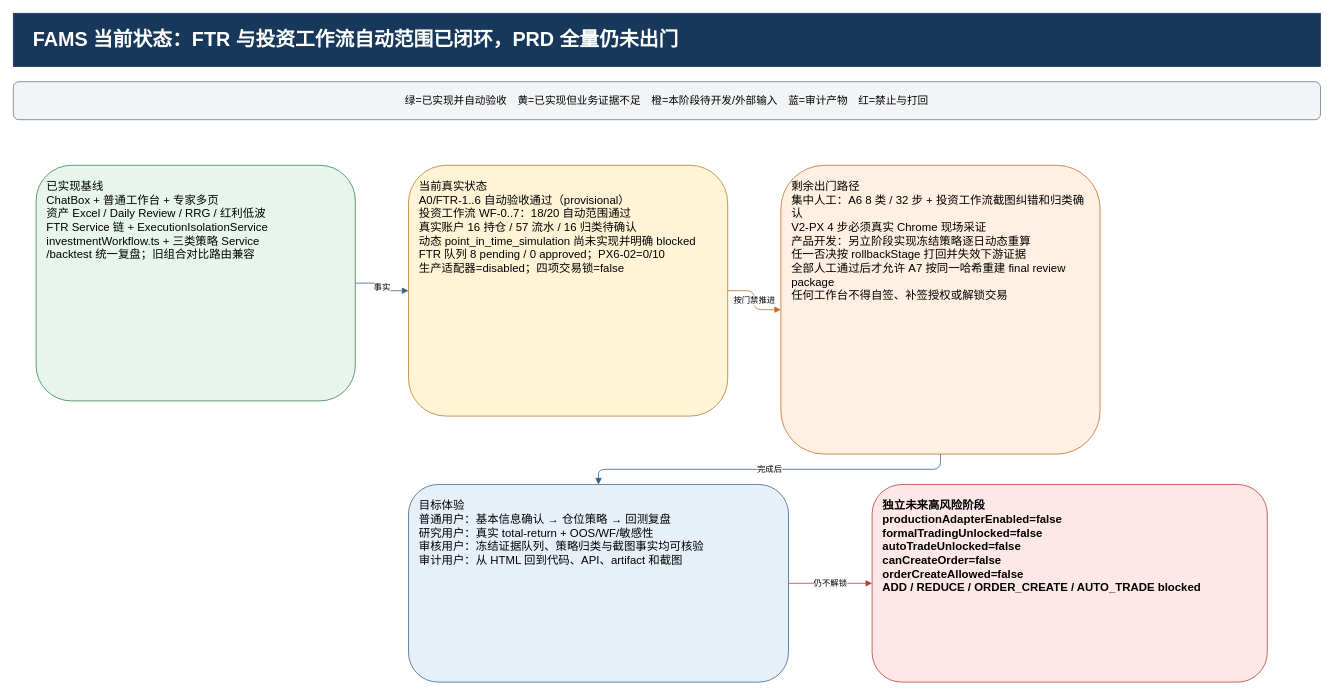
The draw.io diagram page "1 当前基线与阶段目标" (1 of 8) of docs/target-architecture-gap.drawio in ljx418/FAMS, before the edit. Source tidied: cells renumbered, new cells numbered last; positions are measured from the earlier drawing's top-left corner, leaving out a move shared by most shapes. Both pictures are drawn from the tidied source at 76%, with x=0, y=0 at pixel (13, 13).
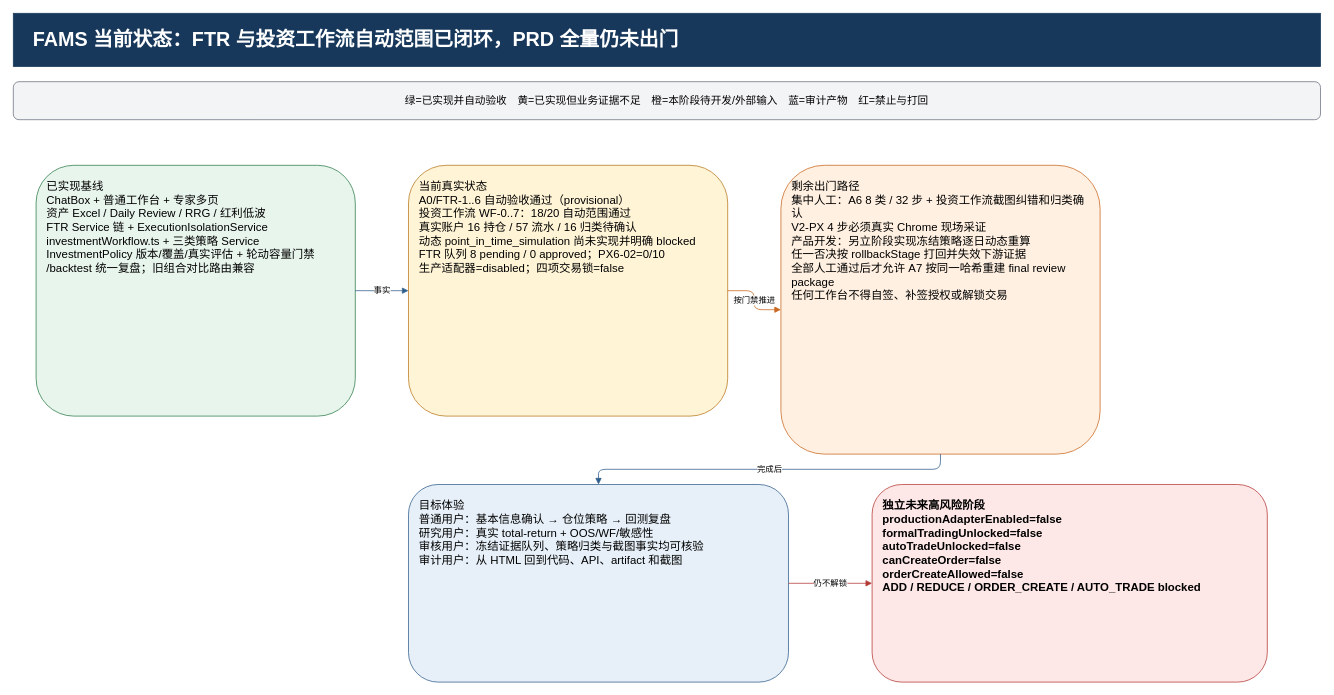
The same diagram, later.

Diff of the diagram source:
```diff
@@
 <mxGraphModel>
   <root>
     <mxCell id="0" />
     <mxCell id="1" parent="0" />
     <mxCell id="2" value="FAMS 当前状态：FTR 与投资工作流自动范围已闭环，PRD 全量仍未出门" style="rounded=0;whiteSpace=wrap;html=1;fontFamily=Microsoft YaHei;fontSize=26;fontStyle=1;align=left;fillColor=#17385b;strokeColor=#17385b;fontColor=#ffffff;spacingLeft=24;" parent="1" vertex="1">
       <mxGeometry width="1720" height="70" as="geometry" />
     </mxCell>
     <mxCell id="3" value="绿=已实现并自动验收　黄=已实现但业务证据不足　橙=本阶段待开发/外部输入　蓝=审计产物　红=禁止与打回" style="rounded=1;whiteSpace=wrap;html=1;fontFamily=Microsoft YaHei;fontSize=14;fillColor=#f3f4f6;strokeColor=#6b7280;" parent="1" vertex="1">
       <mxGeometry y="90" width="1720" height="50" as="geometry" />
     </mxCell>
-    <mxCell id="4" value="已实现基线&#10;ChatBox + 普通工作台 + 专家多页&#10;资产 Excel / Daily Review / RRG / 红利低波&#10;FTR Service 链 + ExecutionIsolationService&#10;investmentWorkflow.ts + 三类策略 Service&#10;/backtest 统一复盘；旧组合对比路由兼容" style="rounded=1;whiteSpace=wrap;html=1;fontFamily=Microsoft YaHei;fontSize=15;align=left;verticalAlign=top;fillColor=#e8f5ec;strokeColor=#2f7d4a;spacing=14;" parent="1" vertex="1">
-      <mxGeometry x="30" y="200" width="420" height="310" as="geometry" />
+    <mxCell id="4" value="已实现基线&#10;ChatBox + 普通工作台 + 专家多页&#10;资产 Excel / Daily Review / RRG / 红利低波&#10;FTR Service 链 + ExecutionIsolationService&#10;investmentWorkflow.ts + 三类策略 Service&#10;InvestmentPolicy 版本/覆盖/真实评估 + 轮动容量门禁&#10;/backtest 统一复盘；旧组合对比路由兼容" style="rounded=1;whiteSpace=wrap;html=1;fontFamily=Microsoft YaHei;fontSize=15;align=left;verticalAlign=top;fillColor=#e8f5ec;strokeColor=#2f7d4a;spacing=14;" parent="1" vertex="1">
+      <mxGeometry x="30" y="200" width="420" height="330" as="geometry" />
     </mxCell>
     <mxCell id="5" value="当前真实状态&#10;A0/FTR-1..6 自动验收通过（provisional）&#10;投资工作流 WF-0..7：18/20 自动范围通过&#10;真实账户 16 持仓 / 57 流水 / 16 归类待确认&#10;动态 point_in_time_simulation 尚未实现并明确 blocked&#10;FTR 队列 8 pending / 0 approved；PX6-02=0/10&#10;生产适配器=disabled；四项交易锁=false" style="rounded=1;whiteSpace=wrap;html=1;fontFamily=Microsoft YaHei;fontSize=15;align=left;verticalAlign=top;fillColor=#fff4d6;strokeColor=#b7791f;spacing=14;" parent="1" vertex="1">
       <mxGeometry x="520" y="200" width="420" height="330" as="geometry" />
     </mxCell>
     <mxCell id="6" value="剩余出门路径&#10;集中人工：A6 8 类 / 32 步 + 投资工作流截图纠错和归类确认&#10;V2-PX 4 步必须真实 Chrome 现场采证&#10;产品开发：另立阶段实现冻结策略逐日动态重算&#10;任一否决按 rollbackStage 打回并失效下游证据&#10;全部人工通过后才允许 A7 按同一哈希重建 final review package&#10;任何工作台不得自签、补签授权或解锁交易" style="rounded=1;whiteSpace=wrap;html=1;fontFamily=Microsoft YaHei;fontSize=15;align=left;verticalAlign=top;fillColor=#fff0e1;strokeColor=#c96820;spacing=14;" parent="1" vertex="1">
       <mxGeometry x="1010" y="200" width="420" height="380" as="geometry" />
     </mxCell>
     <mxCell id="7" value="目标体验&#10;普通用户：基本信息确认 → 仓位策略 → 回测复盘&#10;研究用户：真实 total-return + OOS/WF/敏感性&#10;审核用户：冻结证据队列、策略归类与截图事实均可核验&#10;审计用户：从 HTML 回到代码、API、artifact 和截图" style="rounded=1;whiteSpace=wrap;html=1;fontFamily=Microsoft YaHei;fontSize=15;align=left;verticalAlign=top;fillColor=#e7f0f8;strokeColor=#315f8c;spacing=14;" parent="1" vertex="1">
       <mxGeometry x="520" y="620" width="500" height="260" as="geometry" />
     </mxCell>
     <mxCell id="8" value="独立未来高风险阶段&#10;productionAdapterEnabled=false&#10;formalTradingUnlocked=false&#10;autoTradeUnlocked=false&#10;canCreateOrder=false&#10;orderCreateAllowed=false&#10;ADD / REDUCE / ORDER_CREATE / AUTO_TRADE blocked" style="rounded=1;whiteSpace=wrap;html=1;fontFamily=Microsoft YaHei;fontSize=15;fontStyle=1;align=left;verticalAlign=top;fillColor=#fde8e7;strokeColor=#b43a36;spacing=14;" parent="1" vertex="1">
       <mxGeometry x="1130" y="620" width="520" height="260" as="geometry" />
     </mxCell>
     <mxCell id="9" value="事实" style="edgeStyle=orthogonalEdgeStyle;html=1;endArrow=block;strokeColor=#315f8c;" parent="1" edge="1" source="4" target="5">
       <mxGeometry relative="1" as="geometry" />
     </mxCell>
     <mxCell id="10" value="按门禁推进" style="edgeStyle=orthogonalEdgeStyle;html=1;endArrow=block;strokeColor=#c96820;" parent="1" edge="1" source="5" target="6">
       <mxGeometry relative="1" as="geometry" />
     </mxCell>
     <mxCell id="11" value="完成后" style="edgeStyle=orthogonalEdgeStyle;html=1;endArrow=block;strokeColor=#315f8c;" parent="1" edge="1" source="6" target="7">
       <mxGeometry relative="1" as="geometry" />
     </mxCell>
     <mxCell id="12" value="仍不解锁" style="edgeStyle=orthogonalEdgeStyle;html=1;endArrow=block;strokeColor=#b43a36;" parent="1" edge="1" source="7" target="8">
       <mxGeometry relative="1" as="geometry" />
     </mxCell>
   </root>
 </mxGraphModel>
```
